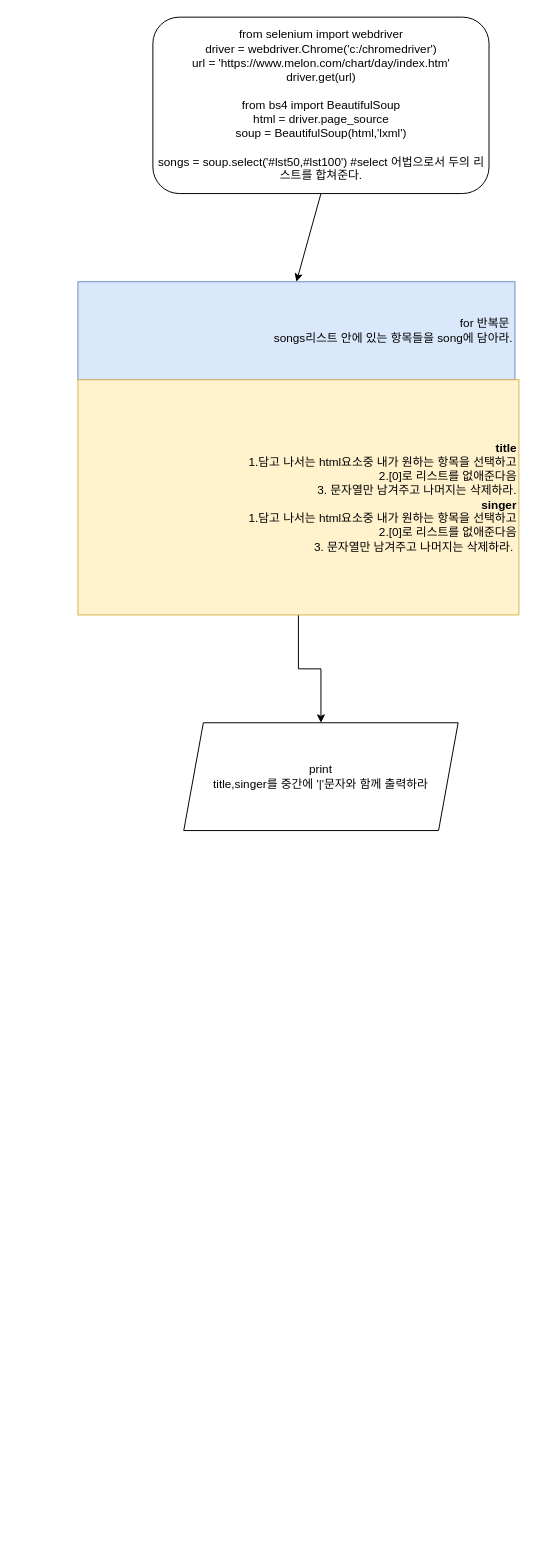
This is melon_flow_chart.drawio from kimsk920825/daily_commit, a draw.io file, before an edit. Source tidied: cells renumbered, new cells numbered last; positions are measured from the earlier drawing's top-left corner, leaving out a move shared by most shapes. Both pictures are drawn from the tidied source at 98%, with x=0, y=0 at pixel (77, 17).
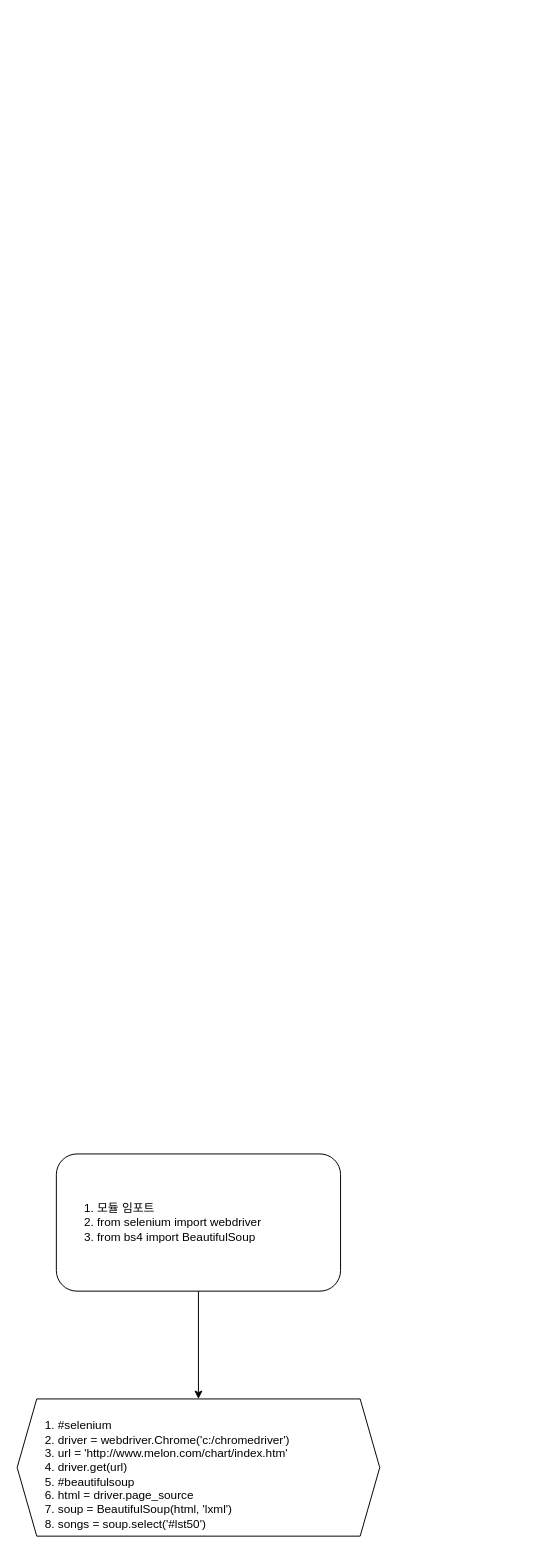
After the change.

Change to the diagram source:
```diff
@@
 <mxGraphModel>
   <root>
     <mxCell id="0" />
     <mxCell id="1" parent="0" />
-    <mxCell id="2" value="for 반복문&amp;nbsp;&lt;br&gt;songs리스트 안에 있는 항목들을 song에 담아라." style="rounded=0;whiteSpace=wrap;html=1;fillColor=#dae8fc;strokeColor=#6c8ebf;align=right;" parent="1" vertex="1">
-      <mxGeometry y="270" width="446" height="100" as="geometry" />
-    </mxCell>
-    <mxCell id="3" style="edgeStyle=orthogonalEdgeStyle;rounded=0;jettySize=auto;html=1;exitX=0.5;exitY=1;exitDx=0;exitDy=0;" parent="1" edge="1" source="4" target="5">
-      <mxGeometry relative="1" as="geometry" />
-    </mxCell>
-    <mxCell id="4" value="&lt;b&gt;title&lt;/b&gt;&lt;br&gt;1.담고 나서는 html요소중 내가 원하는 항목을 선택하고&lt;br&gt;2.[0]로 리스트를 없애준다음&lt;br&gt;3. 문자열만 남겨주고 나머지는 삭제하라.&lt;br&gt;&lt;b&gt;singer&lt;br&gt;&lt;/b&gt;1.담고 나서는 html요소중 내가 원하는 항목을 선택하고&lt;br&gt;2.[0]로 리스트를 없애준다음&lt;br&gt;3. 문자열만 남겨주고 나머지는 삭제하라.&amp;nbsp;" style="rounded=0;whiteSpace=wrap;html=1;fillColor=#fff2cc;strokeColor=#d6b656;align=right;" parent="1" vertex="1">
-      <mxGeometry y="370" width="450" height="240" as="geometry" />
-    </mxCell>
-    <mxCell id="5" value="print&lt;br&gt;title,singer를 중간에 '|'문자와 함께 출력하라" style="shape=parallelogram;perimeter=parallelogramPerimeter;whiteSpace=wrap;html=1;fixedSize=1;" parent="1" vertex="1">
-      <mxGeometry x="108" y="720" width="280" height="110" as="geometry" />
-    </mxCell>
-    <mxCell id="6" value="&lt;div&gt;from selenium import webdriver&lt;/div&gt;&lt;div&gt;driver = webdriver.Chrome('c:/chromedriver')&lt;/div&gt;&lt;div&gt;url = 'https://www.melon.com/chart/day/index.htm'&lt;/div&gt;&lt;div&gt;driver.get(url)&lt;/div&gt;&lt;div&gt;&lt;br&gt;&lt;/div&gt;&lt;div&gt;from bs4 import BeautifulSoup&lt;/div&gt;&lt;div&gt;html = driver.page_source&lt;/div&gt;&lt;div&gt;soup = BeautifulSoup(html,'lxml')&lt;/div&gt;&lt;div&gt;&lt;br&gt;&lt;/div&gt;&lt;div&gt;songs = soup.select('#lst50,#lst100') #select 어법으로서 두의 리스트를 합쳐준다.&lt;/div&gt;" style="rounded=1;whiteSpace=wrap;html=1;" parent="1" vertex="1">
-      <mxGeometry x="76.5" width="343" height="180" as="geometry" />
-    </mxCell>
-    <mxCell id="7" style="endArrow=classic;html=1;exitX=0.5;exitY=1;exitDx=0;exitDy=0;entryX=0.5;entryY=0;entryDx=0;entryDy=0;" parent="1" edge="1" source="6" target="2">
-      <mxGeometry relative="1" as="geometry" />
-    </mxCell>
+    <mxCell id="8" value="&lt;ol&gt;&lt;li&gt;모듈 임포트&lt;/li&gt;&lt;li&gt;&lt;span&gt;from selenium import webdriver&lt;/span&gt;&lt;/li&gt;&lt;li&gt;&lt;span&gt;from bs4 import BeautifulSoup&lt;/span&gt;&lt;/li&gt;&lt;/ol&gt;" style="rounded=1;whiteSpace=wrap;html=1;align=left;" parent="1" vertex="1">
+      <mxGeometry x="-22" y="1160" width="290" height="140" as="geometry" />
+    </mxCell>
+    <mxCell id="9" style="endArrow=classic;html=1;exitX=0.5;exitY=1;exitDx=0;exitDy=0;entryX=0.5;entryY=0;entryDx=0;entryDy=0;" parent="1" edge="1" source="8" target="10">
+      <mxGeometry relative="1" as="geometry" />
+    </mxCell>
+    <mxCell id="10" value="&lt;div&gt;&lt;div&gt;&lt;br&gt;&lt;/div&gt;&lt;ol&gt;&lt;li&gt;#selenium&lt;/li&gt;&lt;li&gt;driver = webdriver.Chrome('c:/chromedriver')&lt;/li&gt;&lt;li&gt;url = 'http://www.melon.com/chart/index.htm'&lt;/li&gt;&lt;li&gt;driver.get(url)&lt;/li&gt;&lt;li&gt;#beautifulsoup&lt;/li&gt;&lt;li&gt;html = driver.page_source&lt;/li&gt;&lt;li&gt;soup = BeautifulSoup(html, 'lxml')&lt;/li&gt;&lt;li&gt;songs = soup.select('#lst50')&lt;/li&gt;&lt;/ol&gt;&lt;/div&gt;" style="shape=hexagon;perimeter=hexagonPerimeter2;whiteSpace=wrap;html=1;fixedSize=1;align=left;" parent="1" vertex="1">
+      <mxGeometry x="-62" y="1410" width="370" height="140" as="geometry" />
+    </mxCell>
   </root>
 </mxGraphModel>
```
